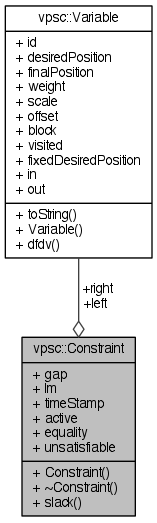
This is documentation/classvpsc_1_1Constraint__coll__graph.png from mjwybrow/adaptagrams, a Graphviz export, as it was before one commit. Its source is kept beside it as documentation/classvpsc_1_1Constraint__coll__graph.dot.
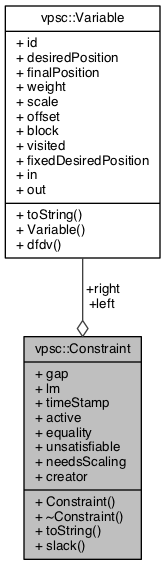
Above is the later version.

Diff of the diagram source:
```diff
@@ -2,7 +2,7 @@
 {
   edge [fontname="Helvetica",fontsize="10",labelfontname="Helvetica",labelfontsize="10"];
   node [fontname="Helvetica",fontsize="10",shape=record];
-  Node1 [label="{vpsc::Constraint\n|+ gap\l+ lm\l+ timeStamp\l+ active\l+ equality\l+ unsatisfiable\l|+ Constraint()\l+ ~Constraint()\l+ slack()\l}",height=0.2,width=0.4,color="black", fillcolor="grey75", style="filled" fontcolor="black"];
+  Node1 [label="{vpsc::Constraint\n|+ gap\l+ lm\l+ timeStamp\l+ active\l+ equality\l+ unsatisfiable\l+ needsScaling\l+ creator\l|+ Constraint()\l+ ~Constraint()\l+ toString()\l+ slack()\l}",height=0.2,width=0.4,color="black", fillcolor="grey75", style="filled", fontcolor="black"];
   Node2 -> Node1 [color="grey25",fontsize="10",style="solid",label=" +right\n+left" ,arrowhead="odiamond",fontname="Helvetica"];
-  Node2 [label="{vpsc::Variable\n|+ id\l+ desiredPosition\l+ finalPosition\l+ weight\l+ scale\l+ offset\l+ block\l+ visited\l+ fixedDesiredPosition\l+ in\l+ out\l|+ toString()\l+ Variable()\l+ dfdv()\l}",height=0.2,width=0.4,color="black", fillcolor="white", style="filled",URL="$classvpsc_1_1Variable.html",tooltip="A variable is comprised of an ideal position, final position and a weight."];
+  Node2 [label="{vpsc::Variable\n|+ id\l+ desiredPosition\l+ finalPosition\l+ weight\l+ scale\l+ offset\l+ block\l+ visited\l+ fixedDesiredPosition\l+ in\l+ out\l|+ toString()\l+ Variable()\l+ dfdv()\l}",height=0.2,width=0.4,color="black", fillcolor="white", style="filled",URL="$classvpsc_1_1Variable.html",tooltip="A variable is comprised of an ideal position, final position and a weight. "];
 }
```
